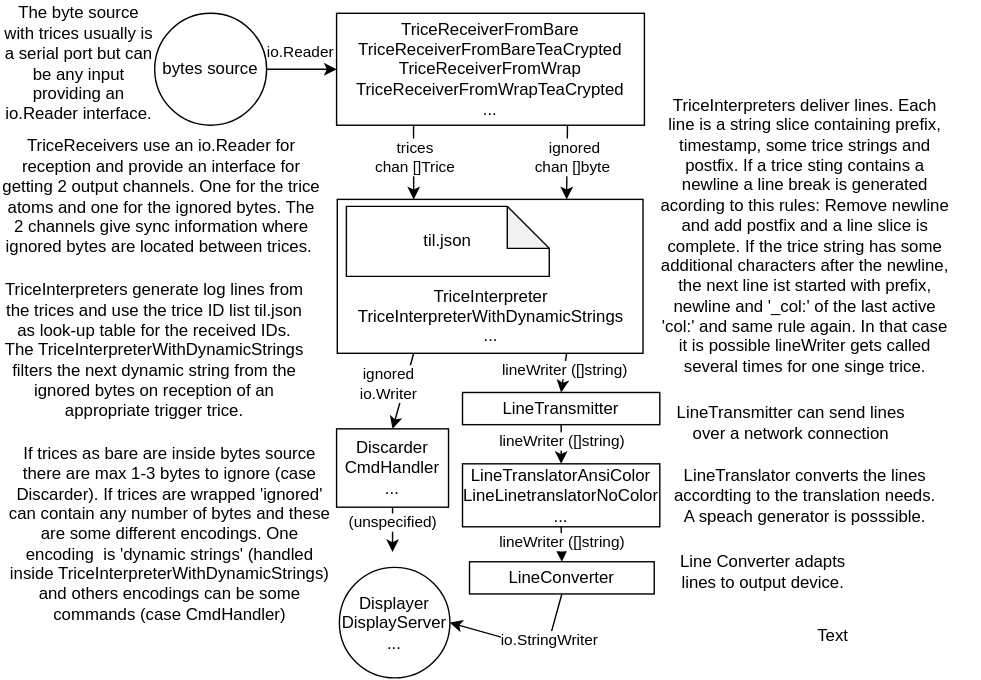
Earlier version of the draw.io export docs/README.media/TriceReceiver2.svg (rokath/trice). Source tidied: cells renumbered, new cells last; positions are measured from the earlier drawing's top-left corner, leaving out a move shared by most shapes.
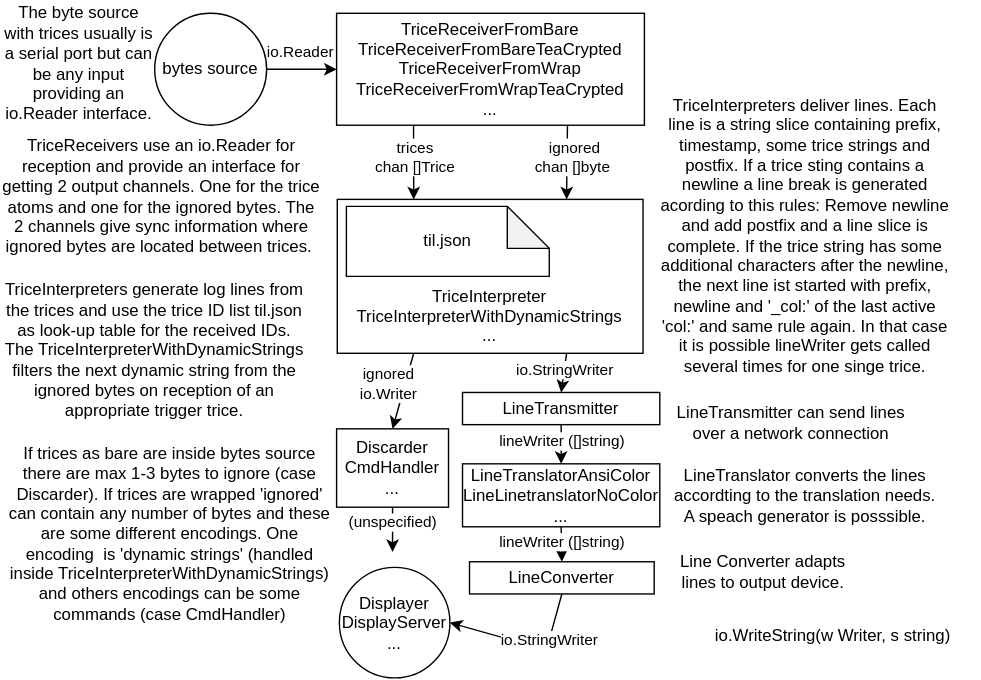
The same file after the commit.

The edit, as a diff of the source:
```diff
@@ -49,7 +49,7 @@
     <mxCell id="14" style="endArrow=classic;html=1;entryX=0.5;entryY=0;entryDx=0;entryDy=0;exitX=0.75;exitY=1;exitDx=0;exitDy=0;" parent="1" edge="1" source="10" target="26">
       <mxGeometry relative="1" as="geometry" />
     </mxCell>
-    <mxCell id="15" value="lineWriter ([]string)" style="edgeLabel;html=1;align=center;verticalAlign=middle;" parent="14" vertex="1">
+    <mxCell id="15" value="io.StringWriter" style="edgeLabel;html=1;align=center;verticalAlign=middle;" parent="14" vertex="1">
       <mxGeometry x="-0.22" relative="1" as="geometry">
         <mxPoint y="1" as="offset" />
       </mxGeometry>
@@ -126,7 +126,7 @@
     <mxCell id="35" value="Line Converter adapts lines to output device." style="text;html=1;strokeColor=none;fillColor=none;align=center;verticalAlign=middle;whiteSpace=wrap;rounded=0;" parent="1" vertex="1">
       <mxGeometry x="480" y="391" width="130" height="33" as="geometry" />
     </mxCell>
-    <mxCell id="36" value="Text" style="text;html=1;strokeColor=none;fillColor=none;align=center;verticalAlign=middle;whiteSpace=wrap;rounded=0;" parent="1" vertex="1">
+    <mxCell id="36" value="io.WriteString(w Writer, s string)" style="text;html=1;strokeColor=none;fillColor=none;align=center;verticalAlign=middle;whiteSpace=wrap;rounded=0;" parent="1" vertex="1">
       <mxGeometry x="490" y="444" width="210" height="20" as="geometry" />
     </mxCell>
   </root>
```
